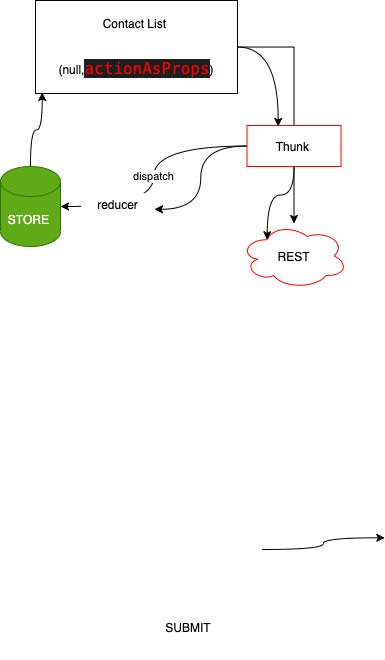
adithnaveen/sapient-freshers-2021-jun-asde keeps this draw.io diagram as images/21-react-redux.drawio.png. Above is the earlier version. Source tidied: cells renumbered, new cells last; positions are measured from the earlier drawing's top-left corner, leaving out a move shared by most shapes.
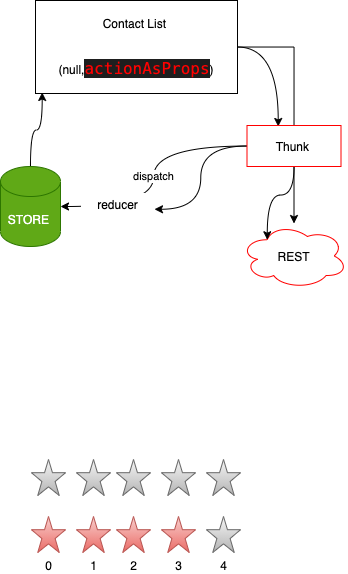
After the change.

What changed in the source:
```diff
@@ -35,28 +35,35 @@
     <mxCell id="12" value="reducer" style="rounded=0;whiteSpace=wrap;html=1;strokeColor=#FFFFFF;" parent="1" vertex="1">
       <mxGeometry x="81" y="193" width="73" height="21" as="geometry" />
     </mxCell>
-    <mxCell id="13" style="edgeStyle=orthogonalEdgeStyle;curved=1;rounded=0;jettySize=auto;html=1;" parent="1" edge="1" source="14">
-      <mxGeometry relative="1" as="geometry">
-        <mxPoint x="384.3" y="537.3" as="targetPoint" />
-      </mxGeometry>
-    </mxCell>
-    <mxCell id="14" style="rounded=0;whiteSpace=wrap;html=1;strokeColor=#FFFFFF;" parent="1" vertex="1">
-      <mxGeometry x="60" y="439" width="201" height="220" as="geometry" />
-    </mxCell>
-    <mxCell id="15" style="rounded=0;whiteSpace=wrap;html=1;strokeColor=#FFFFFF;" parent="1" vertex="1">
-      <mxGeometry x="85" y="457" width="139" height="25" as="geometry" />
-    </mxCell>
-    <mxCell id="16" style="rounded=0;whiteSpace=wrap;html=1;strokeColor=#FFFFFF;" parent="1" vertex="1">
-      <mxGeometry x="85" y="498" width="139" height="25" as="geometry" />
-    </mxCell>
-    <mxCell id="17" style="rounded=0;whiteSpace=wrap;html=1;strokeColor=#FFFFFF;" parent="1" vertex="1">
-      <mxGeometry x="85" y="536.5" width="139" height="25" as="geometry" />
-    </mxCell>
-    <mxCell id="18" style="rounded=0;whiteSpace=wrap;html=1;strokeColor=#FFFFFF;" parent="1" vertex="1">
-      <mxGeometry x="85" y="577" width="139" height="25" as="geometry" />
-    </mxCell>
-    <mxCell id="19" value="SUBMIT" style="rounded=0;whiteSpace=wrap;html=1;strokeColor=#FFFFFF;" parent="1" vertex="1">
-      <mxGeometry x="137.5" y="613" width="99.5" height="28" as="geometry" />
-    </mxCell>
+    <mxCell id="20" style="verticalLabelPosition=bottom;verticalAlign=top;html=1;shape=mxgraph.basic.star;strokeColor=#666666;gradientColor=#b3b3b3;fillColor=#f5f5f5;" parent="1" vertex="1">
+      <mxGeometry x="31" y="459" width="34" height="36" as="geometry" />
+    </mxCell>
+    <mxCell id="21" style="verticalLabelPosition=bottom;verticalAlign=top;html=1;shape=mxgraph.basic.star;strokeColor=#666666;gradientColor=#b3b3b3;fillColor=#f5f5f5;" parent="1" vertex="1">
+      <mxGeometry x="76" y="459" width="34" height="36" as="geometry" />
+    </mxCell>
+    <mxCell id="22" style="verticalLabelPosition=bottom;verticalAlign=top;html=1;shape=mxgraph.basic.star;strokeColor=#666666;gradientColor=#b3b3b3;fillColor=#f5f5f5;" parent="1" vertex="1">
+      <mxGeometry x="116" y="459" width="34" height="36" as="geometry" />
+    </mxCell>
+    <mxCell id="23" style="verticalLabelPosition=bottom;verticalAlign=top;html=1;shape=mxgraph.basic.star;strokeColor=#666666;gradientColor=#b3b3b3;fillColor=#f5f5f5;" parent="1" vertex="1">
+      <mxGeometry x="161" y="459" width="34" height="36" as="geometry" />
+    </mxCell>
+    <mxCell id="24" style="verticalLabelPosition=bottom;verticalAlign=top;html=1;shape=mxgraph.basic.star;strokeColor=#666666;gradientColor=#b3b3b3;fillColor=#f5f5f5;" parent="1" vertex="1">
+      <mxGeometry x="206" y="459" width="34" height="36" as="geometry" />
+    </mxCell>
+    <mxCell id="25" value="0" style="verticalLabelPosition=bottom;verticalAlign=top;html=1;shape=mxgraph.basic.star;strokeColor=#b85450;gradientColor=#ea6b66;fillColor=#f8cecc;" parent="1" vertex="1">
+      <mxGeometry x="31" y="516" width="34" height="36" as="geometry" />
+    </mxCell>
+    <mxCell id="26" value="1" style="verticalLabelPosition=bottom;verticalAlign=top;html=1;shape=mxgraph.basic.star;strokeColor=#b85450;gradientColor=#ea6b66;fillColor=#f8cecc;" parent="1" vertex="1">
+      <mxGeometry x="76" y="516" width="34" height="36" as="geometry" />
+    </mxCell>
+    <mxCell id="27" value="2" style="verticalLabelPosition=bottom;verticalAlign=top;html=1;shape=mxgraph.basic.star;strokeColor=#b85450;gradientColor=#ea6b66;fillColor=#f8cecc;" parent="1" vertex="1">
+      <mxGeometry x="116" y="516" width="34" height="36" as="geometry" />
+    </mxCell>
+    <mxCell id="28" value="3" style="verticalLabelPosition=bottom;verticalAlign=top;html=1;shape=mxgraph.basic.star;strokeColor=#b85450;gradientColor=#ea6b66;fillColor=#f8cecc;" parent="1" vertex="1">
+      <mxGeometry x="161" y="516" width="34" height="36" as="geometry" />
+    </mxCell>
+    <mxCell id="29" value="4" style="verticalLabelPosition=bottom;verticalAlign=top;html=1;shape=mxgraph.basic.star;strokeColor=#666666;gradientColor=#b3b3b3;fillColor=#f5f5f5;" parent="1" vertex="1">
+      <mxGeometry x="206" y="516" width="34" height="36" as="geometry" />
+    </mxCell>
   </root>
 </mxGraphModel>
```
